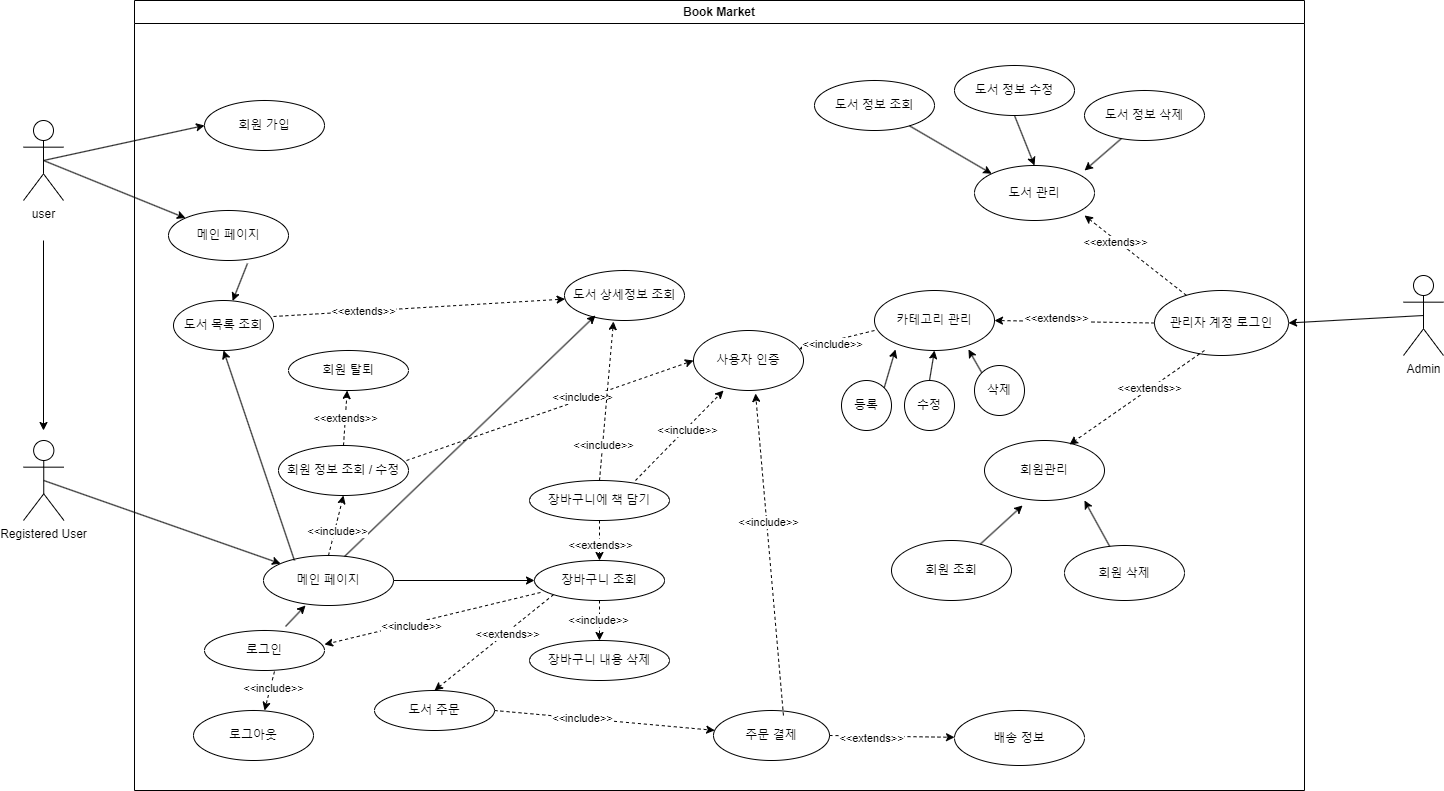
Before: src/온라인 서점 use-case2.png, a diagram exported from draw.io (junHyeokP/BookMarket). Source tidied: cells renumbered, new cells last; positions are measured from the earlier drawing's top-left corner, leaving out a move shared by most shapes.
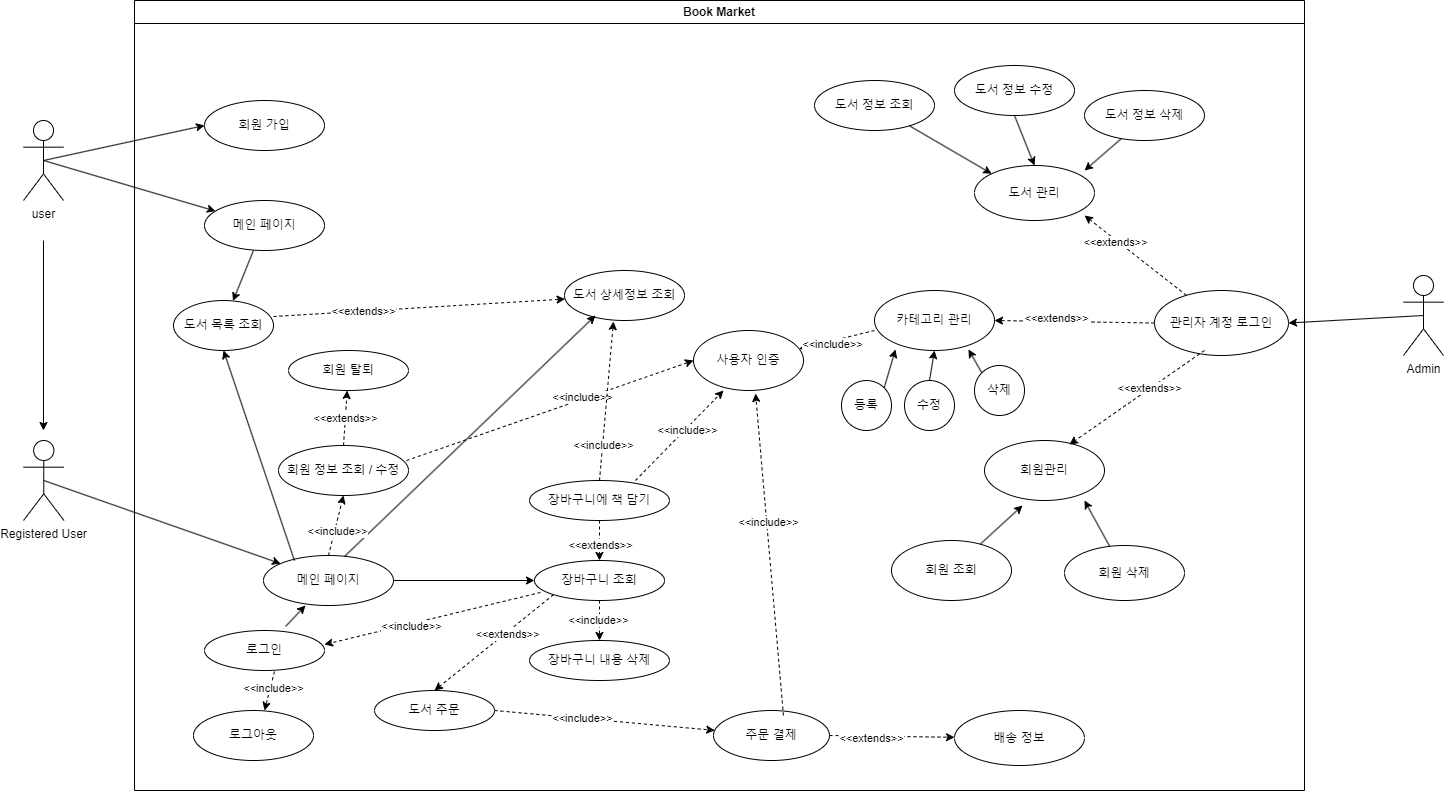
Later version of the same file.

Commit message:
온라인 서점 use-case2.png 업데이트

The edit, as a diff of the source:
```diff
@@ -21,7 +21,7 @@
       <mxGeometry x="70" y="100" width="120" height="50" as="geometry" />
     </mxCell>
     <mxCell id="8" value="메인 페이지" style="ellipse;whiteSpace=wrap;html=1;" parent="6" vertex="1">
-      <mxGeometry x="34" y="210" width="120" height="50" as="geometry" />
+      <mxGeometry x="70" y="200" width="120" height="50" as="geometry" />
     </mxCell>
     <mxCell id="9" value="로그인" style="ellipse;whiteSpace=wrap;html=1;" parent="6" vertex="1">
       <mxGeometry x="70" y="630" width="120" height="40" as="geometry" />
@@ -238,7 +238,7 @@
     <mxCell id="79" value="도서 목록 조회" style="ellipse;whiteSpace=wrap;html=1;" parent="6" vertex="1">
       <mxGeometry x="39" y="300" width="100" height="50" as="geometry" />
     </mxCell>
-    <mxCell id="80" style="endArrow=classic;html=1;rounded=0;exitX=0.658;exitY=1.06;exitDx=0;exitDy=0;exitPerimeter=0;" parent="6" edge="1" source="8" target="79">
+    <mxCell id="80" style="endArrow=classic;html=1;rounded=0;exitX=0.408;exitY=1;exitDx=0;exitDy=0;exitPerimeter=0;" parent="6" edge="1" source="8" target="79">
       <mxGeometry relative="1" as="geometry" />
     </mxCell>
     <mxCell id="81" style="endArrow=classic;html=1;rounded=0;exitX=0.238;exitY=0.1;exitDx=0;exitDy=0;exitPerimeter=0;entryX=0.5;entryY=1;entryDx=0;entryDy=0;" parent="6" edge="1" source="19" target="79">
```
